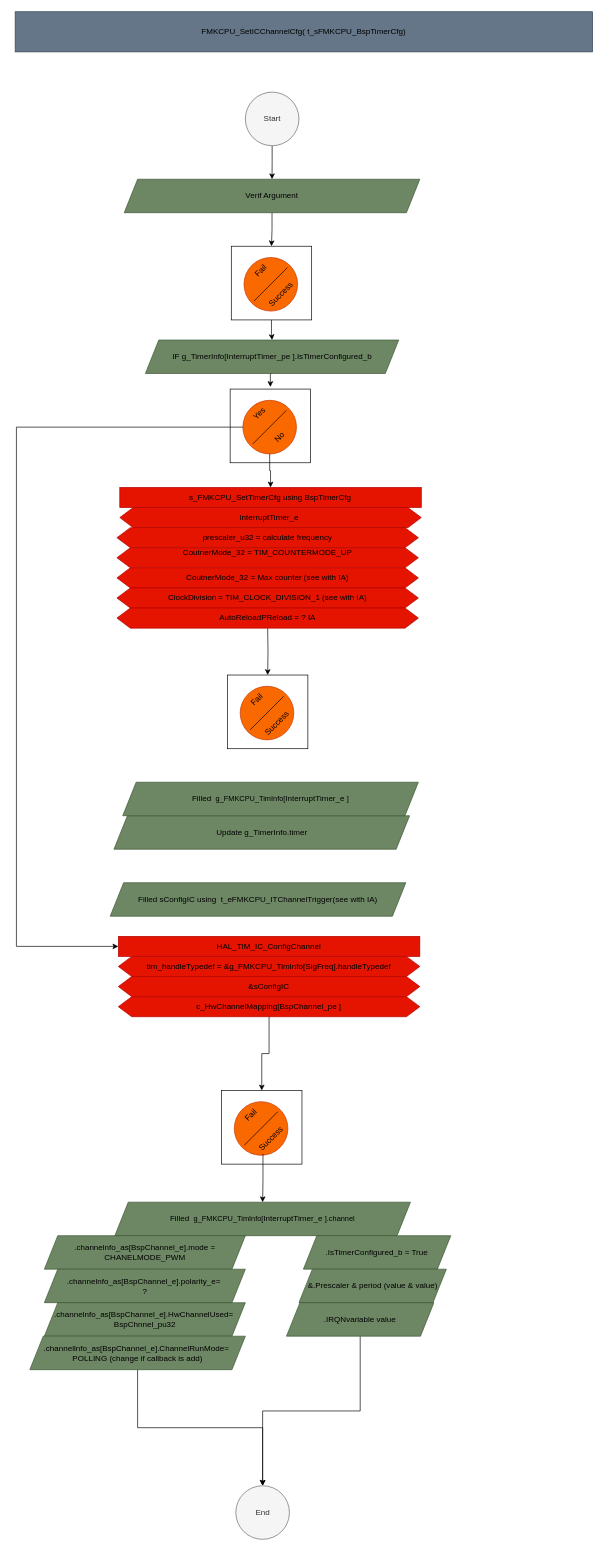
This is page "Func_SetICChannelCfg" (7 of 14) of src/1_FMK/FMK_HAL/FMK_CPU/Doc/FMK_CPU.drawio from mbarbeau0545/Stm32PrjTpl, a draw.io file, before an edit. Source tidied: cells renumbered, new cells numbered last; positions are measured from the earlier drawing's top-left corner, leaving out a move shared by most shapes. Both pictures are drawn from the tidied source at 67%, with x=0, y=0 at pixel (15, 11).
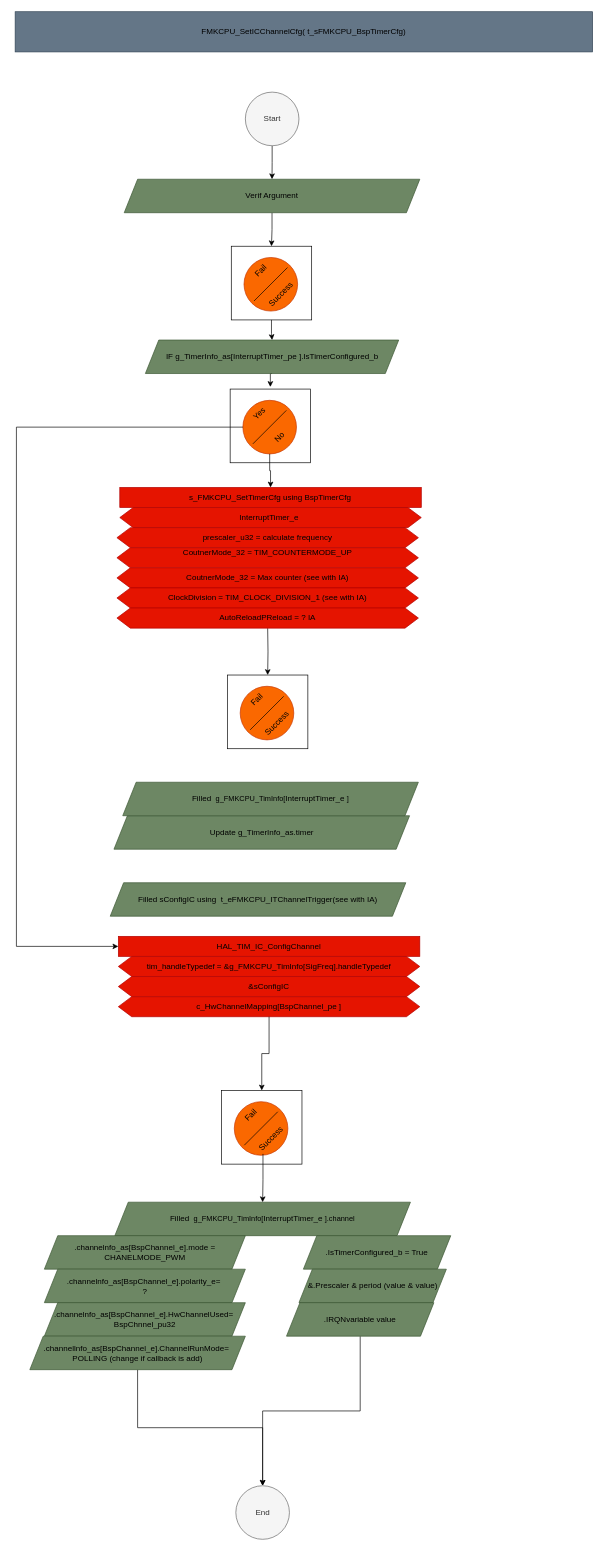
After the change.

Change to the diagram source:
```diff
@@
-    <mxCell id="25" value="Update g_TimerInfo.timer" style="shape=parallelogram;perimeter=parallelogramPerimeter;whiteSpace=wrap;html=1;fixedSize=1;fillColor=#6d8764;fontColor=#000000;strokeColor=#3A5431;" parent="1" vertex="1">
+    <mxCell id="25" value="Update g_TimerInfo_as.timer" style="shape=parallelogram;perimeter=parallelogramPerimeter;whiteSpace=wrap;html=1;fixedSize=1;fillColor=#6d8764;fontColor=#000000;strokeColor=#3A5431;" parent="1" vertex="1">
       <mxGeometry x="147.6" y="1200" width="441.2" height="50" as="geometry" />
     </mxCell>
@@
-    <mxCell id="66" value="IF g_TimerInfo[InterruptTimer_pe&amp;nbsp;].IsTimerConfigured_b" style="shape=parallelogram;perimeter=parallelogramPerimeter;whiteSpace=wrap;html=1;fixedSize=1;fillColor=#6d8764;fontColor=#000000;strokeColor=#3A5431;" parent="1" vertex="1">
+    <mxCell id="66" value="IF g_TimerInfo_as[InterruptTimer_pe&amp;nbsp;].IsTimerConfigured_b" style="shape=parallelogram;perimeter=parallelogramPerimeter;whiteSpace=wrap;html=1;fixedSize=1;fillColor=#6d8764;fontColor=#000000;strokeColor=#3A5431;" parent="1" vertex="1">
       <mxGeometry x="194.5" y="490" width="378.1" height="50" as="geometry" />
     </mxCell>
```
